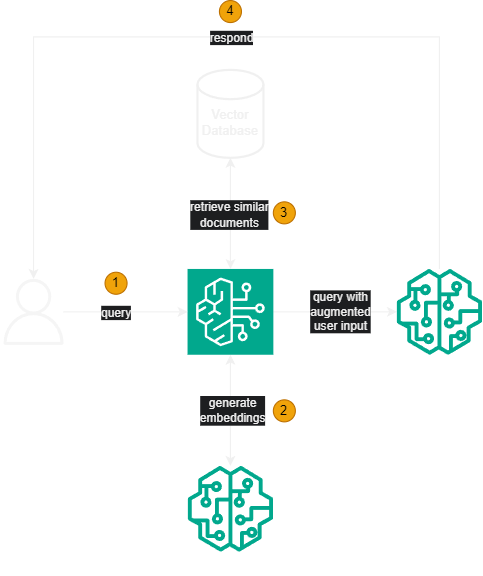
wolfm89/blog keeps this draw.io diagram as content/posts/24-11-bedrock-knowledge-base-terraform/images/rag-runtime-execution.drawio.png. Above is the earlier version. Source tidied: cells renumbered, new cells last; positions are measured from the earlier drawing's top-left corner, leaving out a move shared by most shapes.
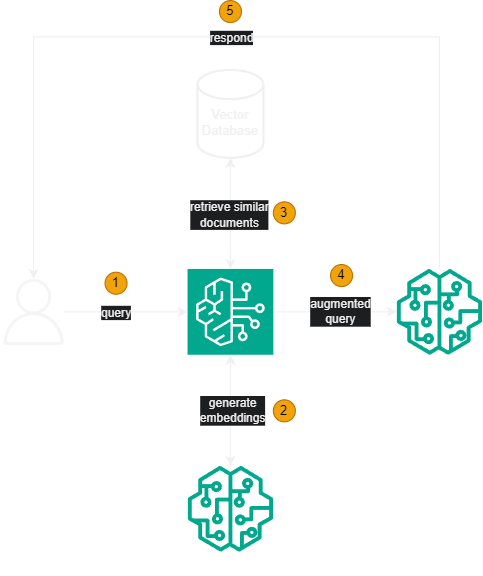
The same file after the commit.

Commit message:
Adjust wording and enumeration in RAG runtime execution diagram

Diff of the diagram source:
```diff
@@ -23,7 +23,7 @@
     <mxCell id="8" style="edgeStyle=orthogonalEdgeStyle;rounded=0;jettySize=auto;html=1;" parent="1" edge="1" source="10" target="16">
       <mxGeometry relative="1" as="geometry" />
     </mxCell>
-    <mxCell id="9" value="query with&lt;div&gt;augmented&lt;/div&gt;&lt;div&gt;user input&lt;/div&gt;" style="edgeLabel;html=1;align=center;verticalAlign=middle;labelBackgroundColor=#1d1e20;" parent="8" vertex="1">
+    <mxCell id="9" value="augmented&lt;div&gt;query&lt;/div&gt;" style="edgeLabel;html=1;align=center;verticalAlign=middle;labelBackgroundColor=#1d1e20;" parent="8" vertex="1">
       <mxGeometry x="0.07" y="1" relative="1" as="geometry" />
     </mxCell>
     <mxCell id="10" value="Knowledge Base" style="sketch=0;points=[[0,0,0],[0.25,0,0],[0.5,0,0],[0.75,0,0],[1,0,0],[0,1,0],[0.25,1,0],[0.5,1,0],[0.75,1,0],[1,1,0],[0,0.25,0],[0,0.5,0],[0,0.75,0],[1,0.25,0],[1,0.5,0],[1,0.75,0]];outlineConnect=0;fontColor=#ffffff;fillColor=#01A88D;strokeColor=#ffffff;dashed=0;verticalLabelPosition=bottom;verticalAlign=top;align=right;html=1;fontSize=12;fontStyle=0;shape=mxgraph.aws4.resourceIcon;resIcon=mxgraph.aws4.bedrock;labelPosition=left;spacingRight=-24;" parent="1" vertex="1">
@@ -65,8 +65,11 @@
     <mxCell id="19" value="3" style="ellipse;whiteSpace=wrap;html=1;fillColor=#f0a30a;strokeColor=#BD7000;fontColor=#000000;" parent="1" vertex="1">
       <mxGeometry x="248" y="183" width="20" height="20" as="geometry" />
     </mxCell>
-    <mxCell id="20" value="4" style="ellipse;whiteSpace=wrap;html=1;fillColor=#f0a30a;strokeColor=#BD7000;fontColor=#000000;" parent="1" vertex="1">
+    <mxCell id="20" value="5" style="ellipse;whiteSpace=wrap;html=1;fillColor=#f0a30a;strokeColor=#BD7000;fontColor=#000000;" parent="1" vertex="1">
       <mxGeometry x="199" width="20" height="20" as="geometry" />
     </mxCell>
+    <mxCell id="21" value="4" style="ellipse;whiteSpace=wrap;html=1;fillColor=#f0a30a;strokeColor=#BD7000;fontColor=#000000;" parent="1" vertex="1">
+      <mxGeometry x="300" y="240" width="20" height="20" as="geometry" />
+    </mxCell>
   </root>
 </mxGraphModel>
```
